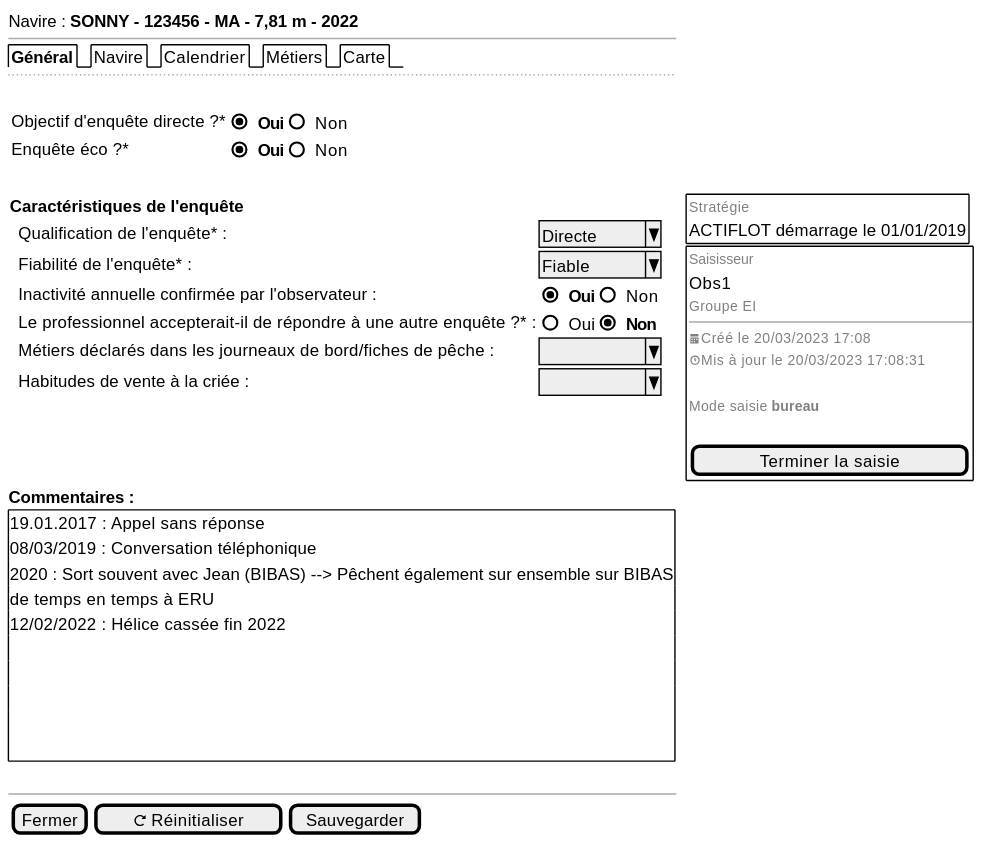
Above: projects/activity-calendar/spe/images/activity-calendar-new-general.svg in sumaris-net/sumaris-doc (PlantUML), before the change.
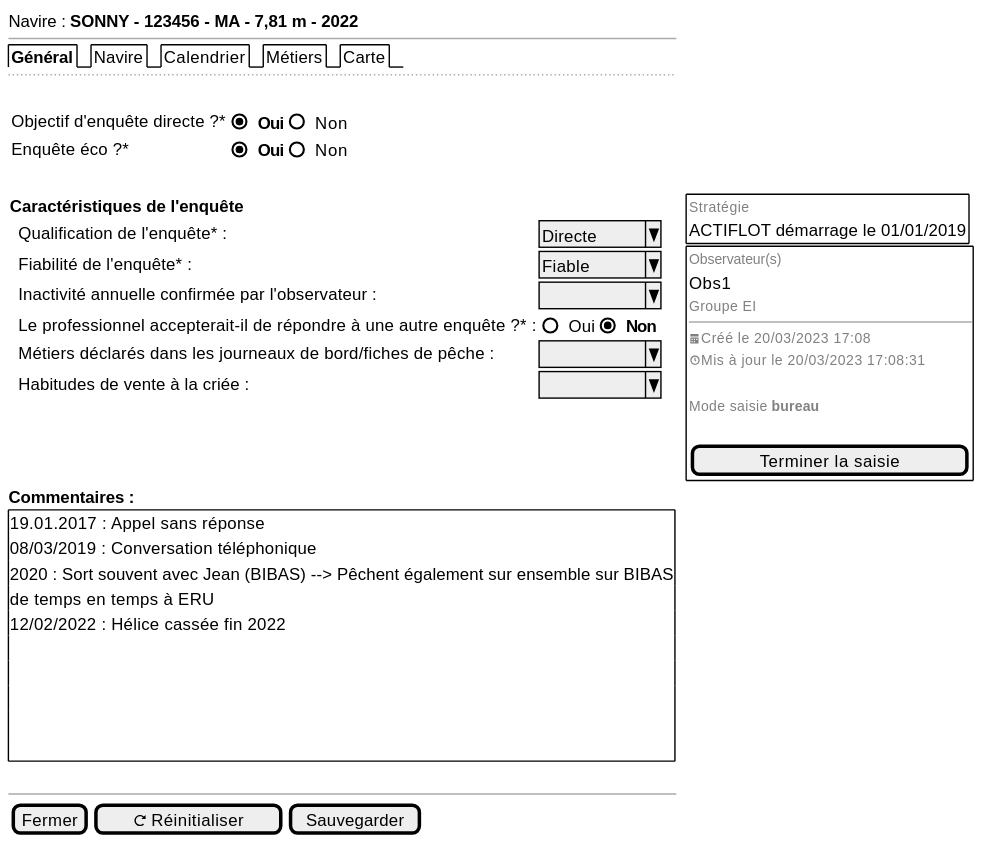
After the change.

The edit, as a diff of the source:
```diff
@@ -15,7 +15,7 @@
      {
      . | Qualification de l'enquête* : | ^Directe  ^
      . | Fiabilité de l'enquête* : | ^Fiable   ^
-     . | Inactivité annuelle confirmée par l'observateur : | { (X) <b>Oui | () Non }
+     . | Inactivité annuelle confirmée par l'observateur : | ^         ^
      . | Le professionnel accepterait-il de répondre à une autre enquête ?* : | { () Oui | (X) <b>Non }
      . | Métiers déclarés dans les journeaux de bord/fiches de pêche : | ^         ^
      . | Habitudes de vente à la criée : | ^         ^
@@ -27,7 +27,7 @@
                            }}
                            {+
                            {
-                           <font color=grey size=10>Saisisseur
+                           <font color=grey size=10>Observateur(s)
                            Obs1
                            <font color=grey size=10>Groupe EI
                            --
```
